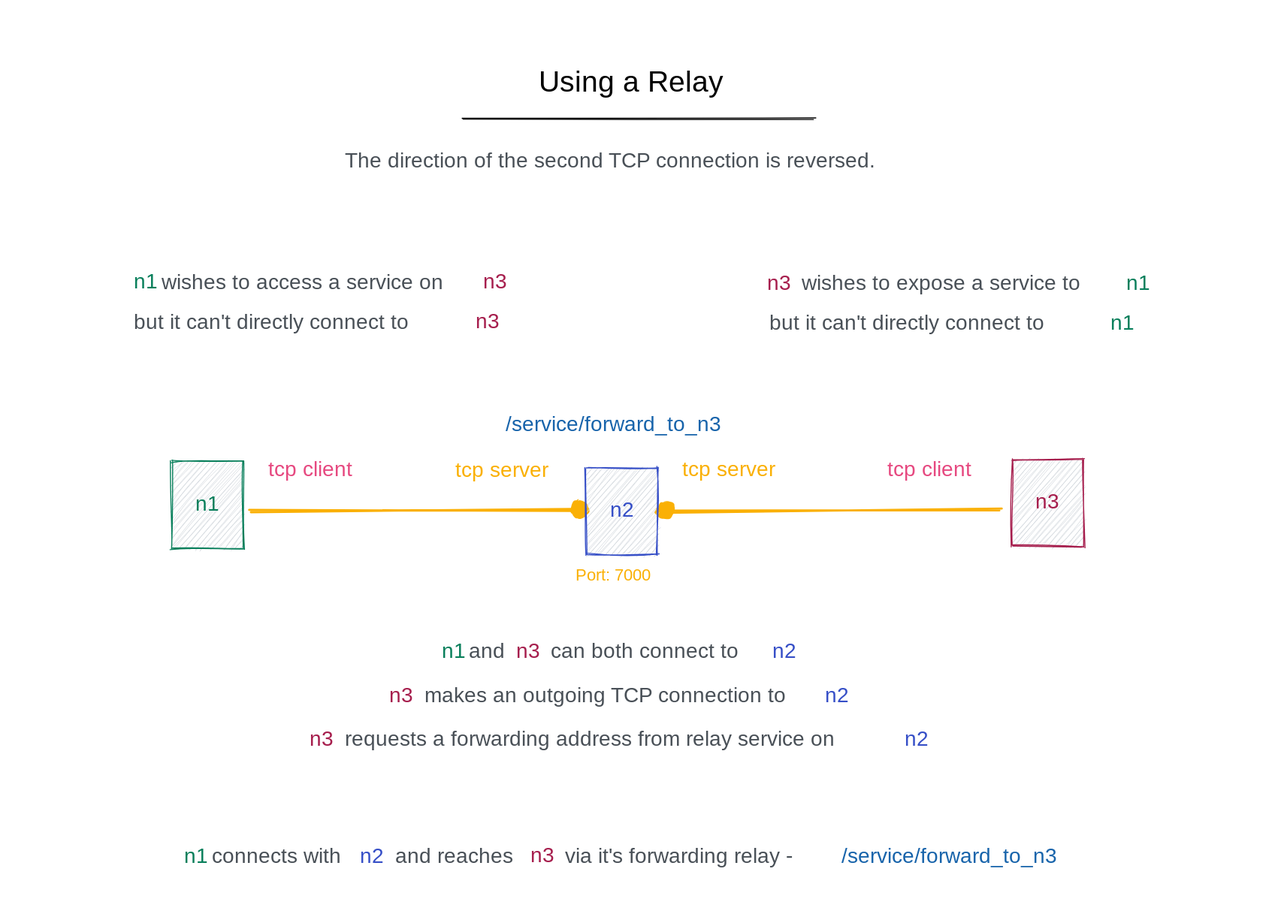
This is .gitbook/assets/file.excalidraw.svg from build-trust/ockam-documentation, a Excalidraw export, as it was before one commit. Source tidied: one line per element, renumbered; positions are measured from the earlier drawing's top-left corner, leaving out a move shared by most shapes.
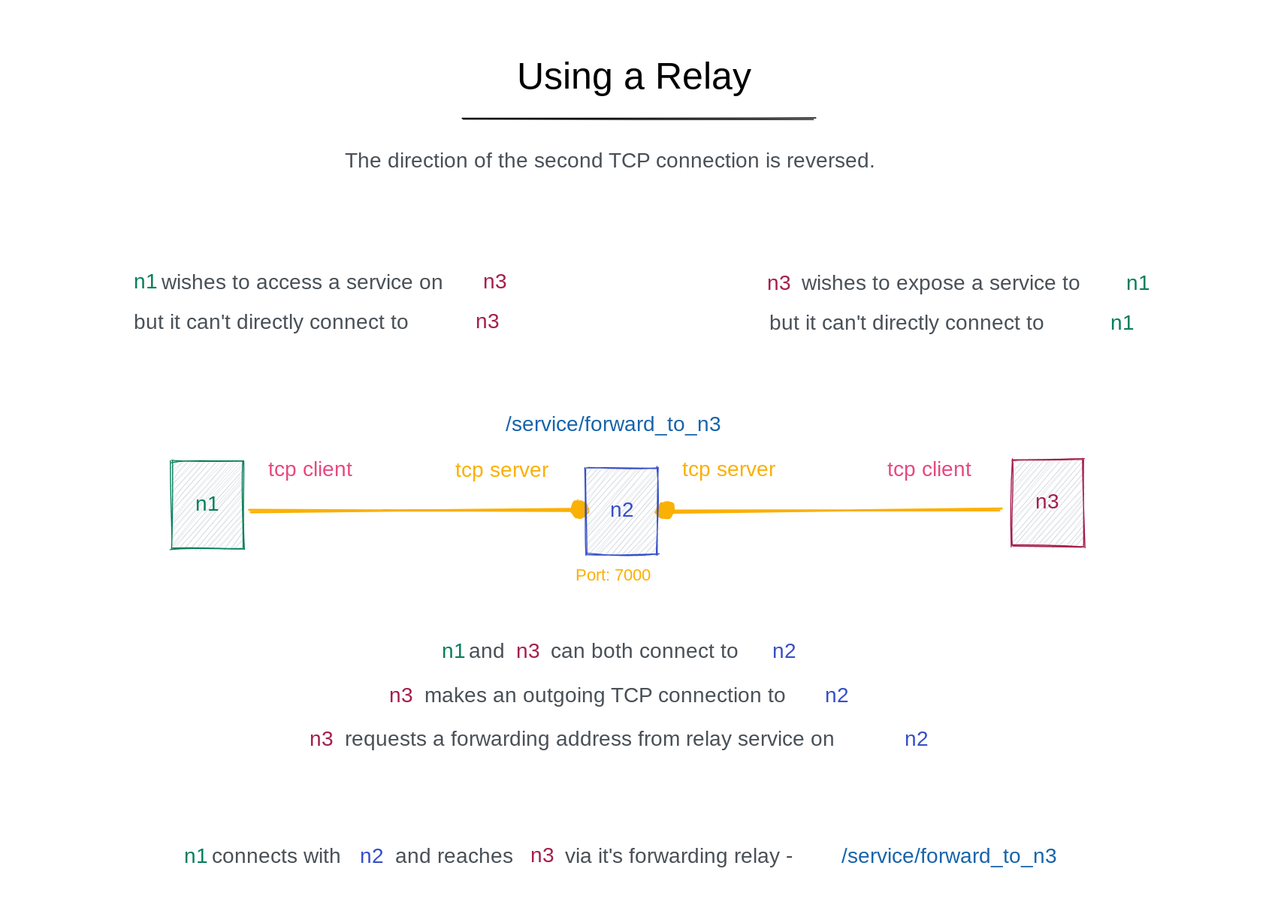
The same file after the commit.

Commit message:
GITBOOK-1059: change request with no subject merged in GitBook

What changed in the source:
```diff
@@ -1,5 +1,5 @@
 {"id": 0, "type": "rectangle", "strokeColor": "transparent", "strokeWidth": 1, "roughness": 1, "round": true, "x": 0, "y": 0, "width": 1195, "height": 858}
-{"id": 1, "type": "text", "text": "Using a Relay", "strokeColor": "#000000", "backgroundColor": "#ced4da", "fillStyle": "hachure", "strokeWidth": 1, "roughness": 1, "fontSize": 28, "fontFamily": 1, "x": 502, "y": 52, "width": 191, "height": 36}
+{"id": 1, "type": "text", "text": "Using a Relay", "strokeColor": "#000000", "backgroundColor": "#ced4da", "fillStyle": "hachure", "strokeWidth": 1, "roughness": 1, "fontSize": 36, "fontFamily": 1, "x": 481, "y": 42, "width": 244, "height": 45}
 {"id": 2, "type": "text", "text": "The direction of the second TCP connection is reversed.", "strokeColor": "#495057", "backgroundColor": "#ced4da", "fillStyle": "hachure", "strokeWidth": 1, "roughness": 1, "fontSize": 20, "fontFamily": 1, "x": 318, "y": 131, "width": 559, "height": 25}
 {"id": 3, "type": "line", "strokeColor": "#000000", "strokeWidth": 1, "roughness": 1, "round": true, "x": 429, "y": 102, "width": 335, "height": 0, "points": [[0, 0], [335, 0]]}
 {"id": 4, "type": "arrow", "strokeColor": "#fab005", "backgroundColor": "#e64980", "fillStyle": "hachure", "strokeWidth": 2, "roughness": 1, "startArrowhead": "dot", "round": true, "from": 11, "to": 13, "x": 622, "y": 477, "width": 319, "height": 2, "points": [[0, 0], [319, -2]]}
```
